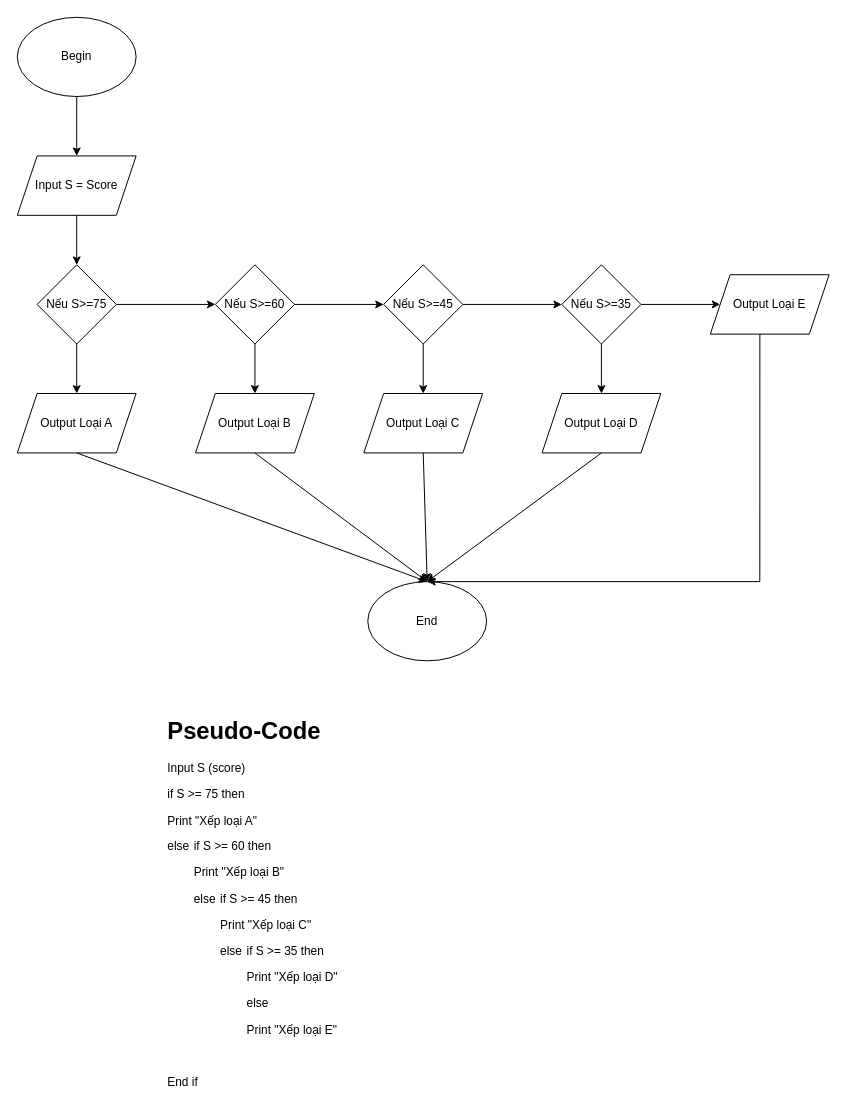
Earlier version of the draw.io diagram ss3_ma_gia_luu_do/Bai_tap/5/Pseudo+Flowchart_BT5.drawio (nnthoi1994/C0625G1---NguyenNgocThoi). Source tidied: cells renumbered, new cells numbered last; positions are measured from the earlier drawing's top-left corner, leaving out a move shared by most shapes. Both pictures are drawn from the tidied source at 99%, with x=0, y=0 at pixel (17, 17).
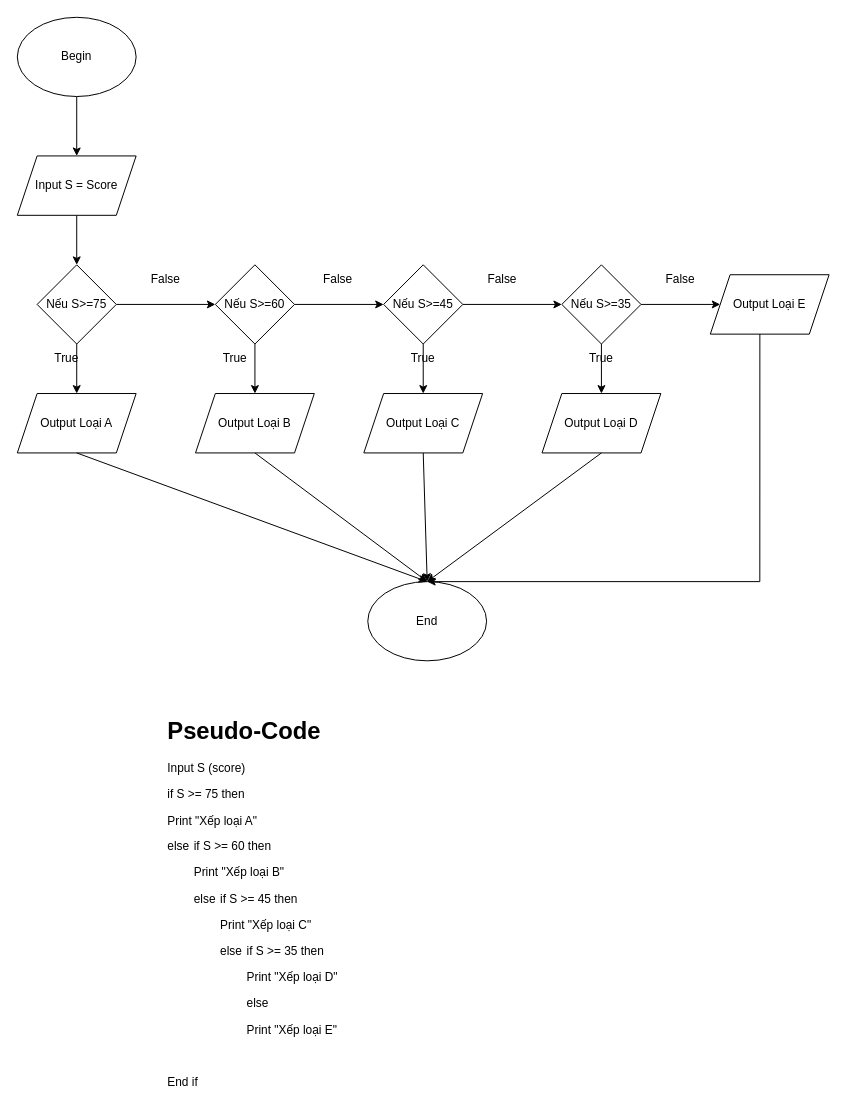
The same page after the edit.

The change refers to these unchanged cells:
```xml
<mxCell id="8" value="Nếu S&amp;gt;=75" style="rhombus;whiteSpace=wrap;html=1;" parent="1" vertex="1">
  <mxGeometry x="20" y="250" width="80" height="80" as="geometry" />
</mxCell>
<mxCell id="12" value="Nếu S&amp;gt;=60" style="rhombus;whiteSpace=wrap;html=1;" parent="1" vertex="1">
  <mxGeometry x="200" y="250" width="80" height="80" as="geometry" />
</mxCell>
```

Diff of the diagram source:
```diff
@@
+    <mxCell id="7" style="edgeStyle=orthogonalEdgeStyle;rounded=0;jettySize=auto;html=1;" parent="1" edge="1" source="8" target="12">
+      <mxGeometry relative="1" as="geometry" />
+    </mxCell>
@@
-    <mxCell id="7" style="edgeStyle=orthogonalEdgeStyle;rounded=0;jettySize=auto;html=1;" parent="1" edge="1" source="8" target="12">
-      <mxGeometry relative="1" as="geometry" />
-    </mxCell>
@@
+    <mxCell id="31" value="True" style="text;html=1;align=center;verticalAlign=middle;whiteSpace=wrap;rounded=0;" parent="1" vertex="1">
+      <mxGeometry x="190" y="330" width="60" height="30" as="geometry" />
+    </mxCell>
+    <mxCell id="32" value="True" style="text;html=1;align=center;verticalAlign=middle;whiteSpace=wrap;rounded=0;" parent="1" vertex="1">
+      <mxGeometry x="380" y="330" width="60" height="30" as="geometry" />
+    </mxCell>
+    <mxCell id="33" value="True" style="text;html=1;align=center;verticalAlign=middle;whiteSpace=wrap;rounded=0;" parent="1" vertex="1">
+      <mxGeometry x="560" y="330" width="60" height="30" as="geometry" />
+    </mxCell>
+    <mxCell id="34" value="True" style="text;html=1;align=center;verticalAlign=middle;whiteSpace=wrap;rounded=0;" parent="1" vertex="1">
+      <mxGeometry x="20" y="330" width="60" height="30" as="geometry" />
+    </mxCell>
+    <mxCell id="35" value="False" style="text;html=1;align=center;verticalAlign=middle;whiteSpace=wrap;rounded=0;" parent="1" vertex="1">
+      <mxGeometry x="120" y="250" width="60" height="30" as="geometry" />
+    </mxCell>
+    <mxCell id="36" value="False" style="text;html=1;align=center;verticalAlign=middle;whiteSpace=wrap;rounded=0;" parent="1" vertex="1">
+      <mxGeometry x="294" y="250" width="60" height="30" as="geometry" />
+    </mxCell>
+    <mxCell id="37" value="False" style="text;html=1;align=center;verticalAlign=middle;whiteSpace=wrap;rounded=0;" parent="1" vertex="1">
+      <mxGeometry x="460" y="250" width="60" height="30" as="geometry" />
+    </mxCell>
+    <mxCell id="38" value="False" style="text;html=1;align=center;verticalAlign=middle;whiteSpace=wrap;rounded=0;" parent="1" vertex="1">
+      <mxGeometry x="640" y="250" width="60" height="30" as="geometry" />
+    </mxCell>
```
